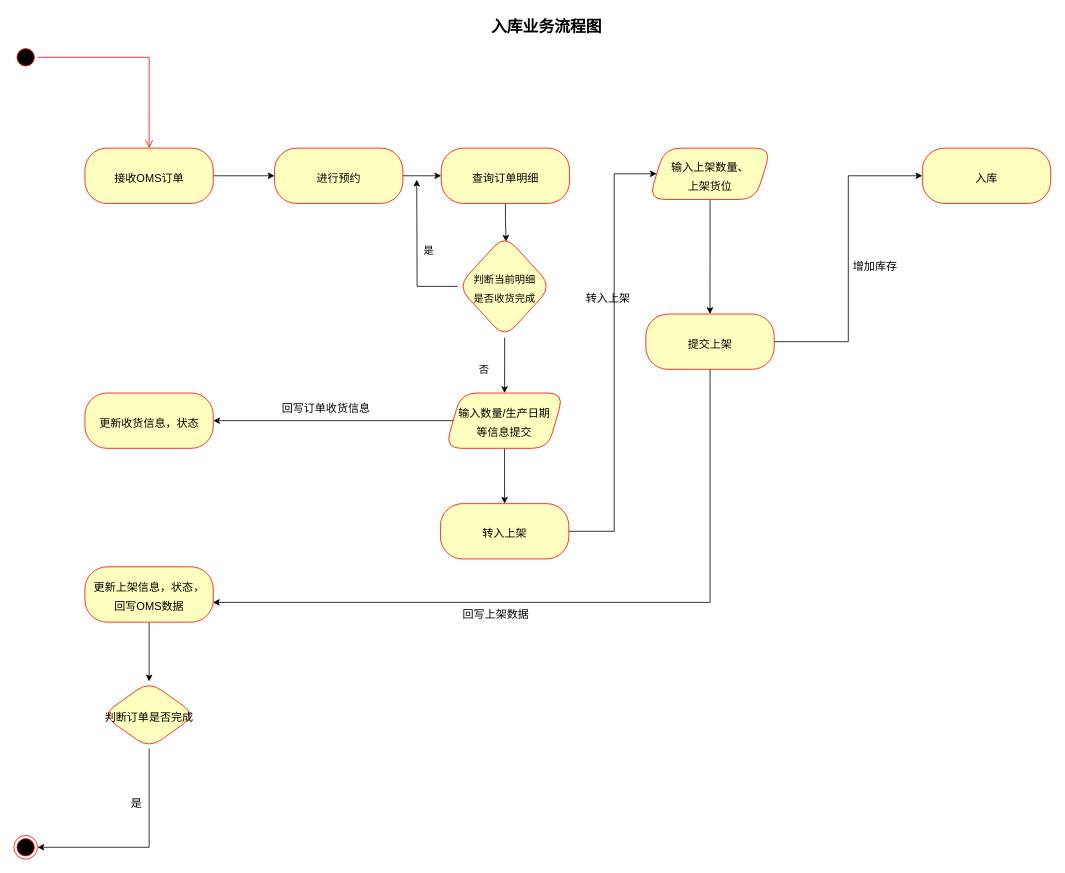
Before: pdf/入库业务流程图.drawio in mstao/static, a draw.io diagram. Source tidied: cells renumbered, new cells numbered last; positions are measured from the earlier drawing's top-left corner, leaving out a move shared by most shapes. Both pictures are drawn from the tidied source at 79%, with x=0, y=0 at pixel (13, 13).
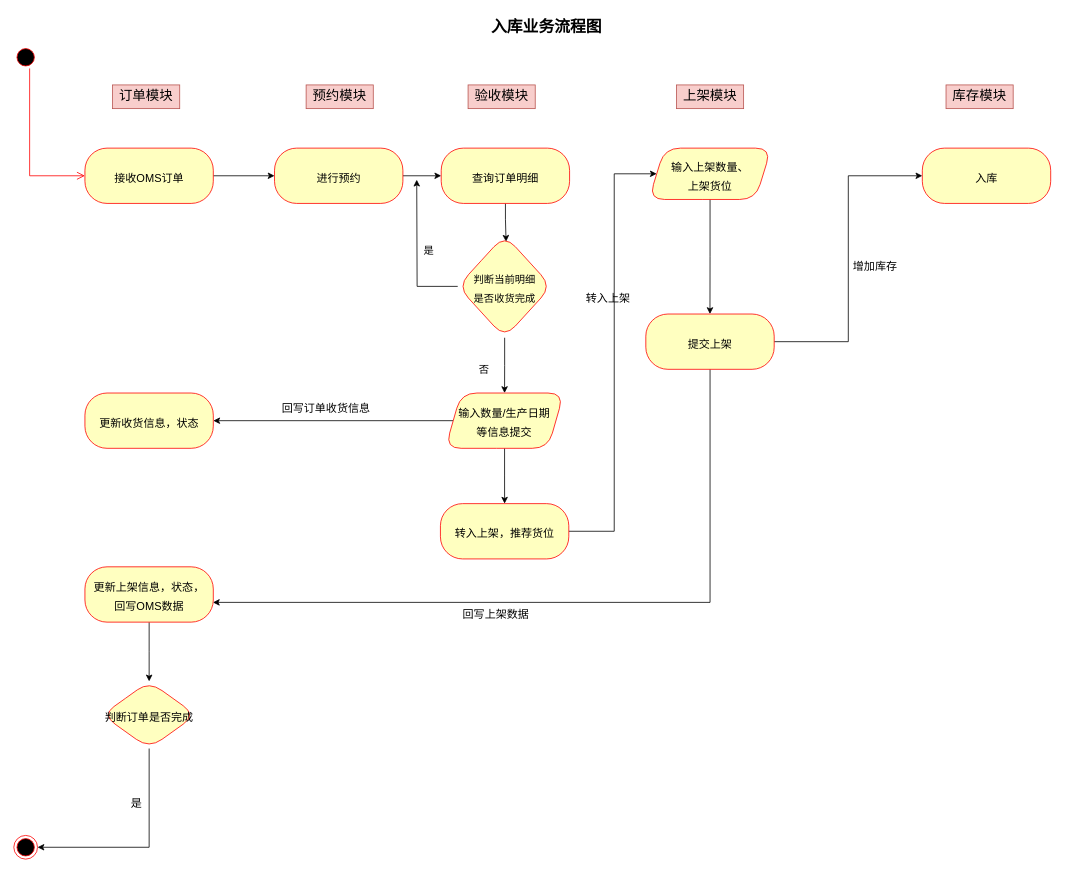
The same page after the edit.

Commit message (it also covers changes not shown here):
Update 入库业务流程图.drawio

The change refers to these unchanged cells:
```xml
<mxCell id="3" style="ellipse;html=1;shape=startState;fillColor=#000000;strokeColor=#ff0000;fontSize=20;" parent="1" vertex="1">
  <mxGeometry y="40" width="30" height="30" as="geometry" />
</mxCell>
<mxCell id="6" value="&lt;font style=&quot;font-size: 14px&quot;&gt;接收OMS订单&lt;/font&gt;" style="rounded=1;whiteSpace=wrap;html=1;arcSize=40;fontColor=#000000;fillColor=#ffffc0;strokeColor=#ff0000;fontSize=20;" parent="1" vertex="1">
  <mxGeometry x="90" y="170" width="162.5" height="70" as="geometry" />
</mxCell>
```

Change to the diagram source:
```diff
@@
-    <mxCell id="4" style="edgeStyle=orthogonalEdgeStyle;html=1;verticalAlign=bottom;endArrow=open;endSize=8;strokeColor=#ff0000;rounded=0;fontSize=20;entryX=0.5;entryY=0;entryDx=0;entryDy=0;" parent="1" edge="1" source="3" target="6">
-      <mxGeometry relative="1" as="geometry" />
+    <mxCell id="4" style="edgeStyle=orthogonalEdgeStyle;html=1;verticalAlign=bottom;endArrow=open;endSize=8;strokeColor=#ff0000;rounded=0;fontSize=20;entryX=0;entryY=0.5;entryDx=0;entryDy=0;" parent="1" edge="1" source="3" target="6">
+      <mxGeometry relative="1" as="geometry">
+        <Array as="points">
+          <mxPoint x="20" y="205" />
+        </Array>
+      </mxGeometry>
     </mxCell>
@@
-    <mxCell id="22" value="&lt;font style=&quot;font-size: 14px&quot;&gt;转入上架&lt;/font&gt;" style="rounded=1;whiteSpace=wrap;html=1;arcSize=40;fontColor=#000000;fillColor=#ffffc0;strokeColor=#ff0000;fontSize=20;" parent="1" vertex="1">
+    <mxCell id="22" value="&lt;font style=&quot;font-size: 14px&quot;&gt;转入上架，推荐货位&lt;/font&gt;" style="rounded=1;whiteSpace=wrap;html=1;arcSize=40;fontColor=#000000;fillColor=#ffffc0;strokeColor=#ff0000;fontSize=20;" parent="1" vertex="1">
       <mxGeometry x="540" y="620" width="162.5" height="70" as="geometry" />
     </mxCell>
@@
+    <mxCell id="38" value="&lt;font style=&quot;font-size: 17px&quot;&gt;订单模块&lt;/font&gt;" style="text;html=1;strokeColor=#b85450;fillColor=#f8cecc;align=center;verticalAlign=middle;whiteSpace=wrap;rounded=0;fontSize=14;" parent="1" vertex="1">
+      <mxGeometry x="125" y="90" width="85" height="30" as="geometry" />
+    </mxCell>
+    <mxCell id="39" value="&lt;font style=&quot;font-size: 17px&quot;&gt;预约模块&lt;/font&gt;" style="text;html=1;strokeColor=#b85450;fillColor=#f8cecc;align=center;verticalAlign=middle;whiteSpace=wrap;rounded=0;fontSize=14;" parent="1" vertex="1">
+      <mxGeometry x="370" y="90" width="85" height="30" as="geometry" />
+    </mxCell>
+    <mxCell id="40" value="&lt;font style=&quot;font-size: 17px&quot;&gt;验收模块&lt;/font&gt;" style="text;html=1;strokeColor=#b85450;fillColor=#f8cecc;align=center;verticalAlign=middle;whiteSpace=wrap;rounded=0;fontSize=14;" parent="1" vertex="1">
+      <mxGeometry x="575" y="90" width="85" height="30" as="geometry" />
+    </mxCell>
+    <mxCell id="41" value="&lt;font style=&quot;font-size: 17px&quot;&gt;上架模块&lt;/font&gt;" style="text;html=1;strokeColor=#b85450;fillColor=#f8cecc;align=center;verticalAlign=middle;whiteSpace=wrap;rounded=0;fontSize=14;" parent="1" vertex="1">
+      <mxGeometry x="838.8" y="90" width="85" height="30" as="geometry" />
+    </mxCell>
+    <mxCell id="42" value="&lt;font style=&quot;font-size: 17px&quot;&gt;库存模块&lt;/font&gt;" style="text;html=1;strokeColor=#b85450;fillColor=#f8cecc;align=center;verticalAlign=middle;whiteSpace=wrap;rounded=0;fontSize=14;" parent="1" vertex="1">
+      <mxGeometry x="1180" y="90" width="85" height="30" as="geometry" />
+    </mxCell>
```
